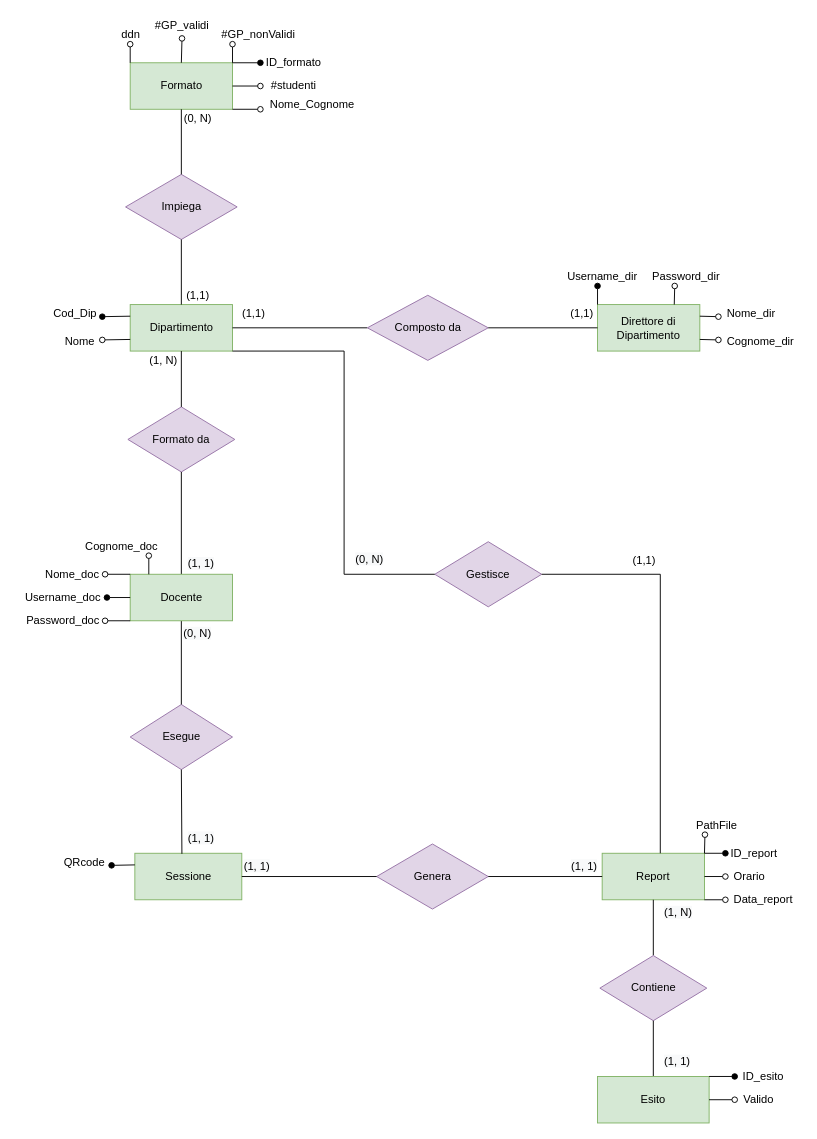
Alberto-00/EasyPass keeps this draw.io diagram as Database/database.drawio. Above is the earlier version. Source tidied: cells renumbered, new cells numbered last; positions are measured from the earlier drawing's top-left corner, leaving out a move shared by most shapes. Both pictures are drawn from the tidied source at 93%, with x=0, y=0 at pixel (16, 16).
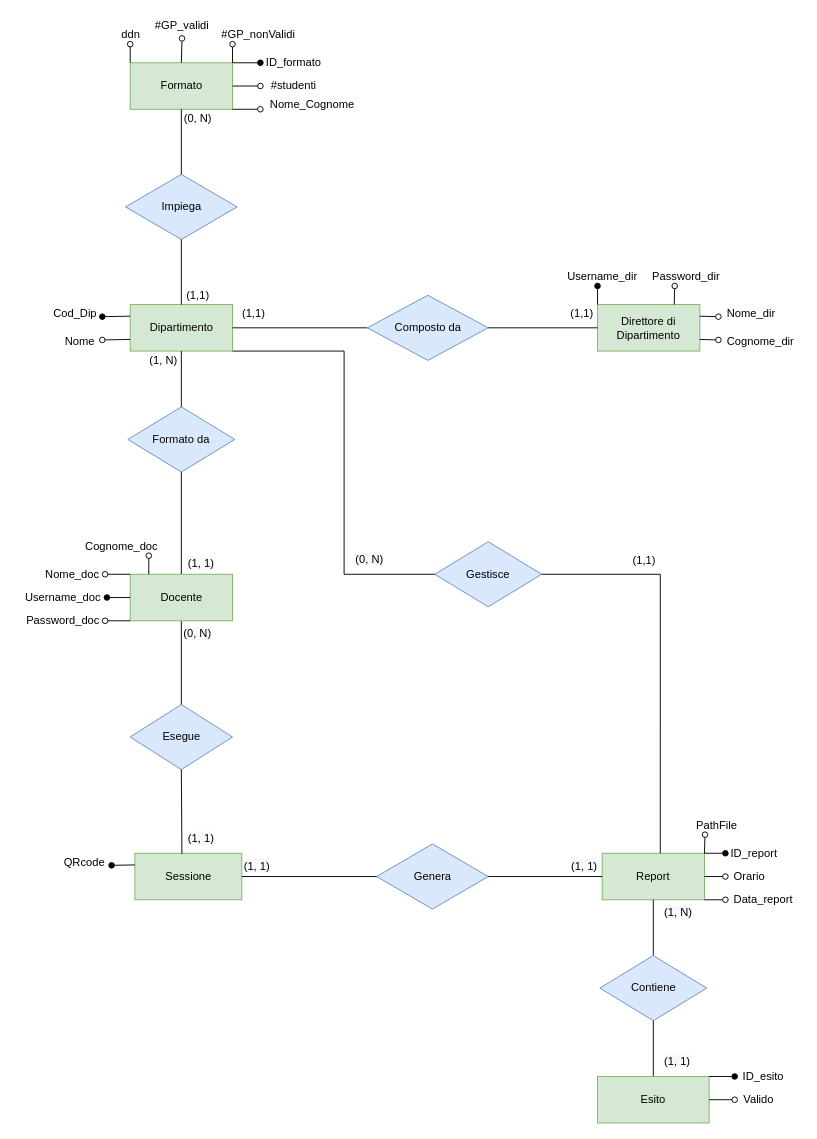
The same page after the edit.

The edit, as a diff of the source:
```diff
@@
-    <mxCell id="3" value="Formato da" style="rhombus;whiteSpace=wrap;html=1;fillColor=#e1d5e7;strokeColor=#9673a6;" parent="1" vertex="1">
+    <mxCell id="3" value="Formato da" style="rhombus;whiteSpace=wrap;html=1;fillColor=#dae8fc;strokeColor=#6c8ebf;" parent="1" vertex="1">
       <mxGeometry x="120" y="420" width="115" height="70" as="geometry" />
     </mxCell>
@@
-    <mxCell id="6" value="Impiega" style="rhombus;whiteSpace=wrap;html=1;fillColor=#e1d5e7;strokeColor=#9673a6;" parent="1" vertex="1">
+    <mxCell id="6" value="Impiega" style="rhombus;whiteSpace=wrap;html=1;fillColor=#dae8fc;strokeColor=#6c8ebf;" parent="1" vertex="1">
       <mxGeometry x="117.5" y="170" width="120" height="70" as="geometry" />
     </mxCell>
@@
-    <mxCell id="11" value="Esegue" style="rhombus;whiteSpace=wrap;html=1;fillColor=#e1d5e7;strokeColor=#9673a6;" parent="1" vertex="1">
+    <mxCell id="11" value="Esegue" style="rhombus;whiteSpace=wrap;html=1;fillColor=#dae8fc;strokeColor=#6c8ebf;" parent="1" vertex="1">
       <mxGeometry x="122.5" y="740" width="110" height="70" as="geometry" />
     </mxCell>
@@
-    <mxCell id="14" value="Genera" style="rhombus;whiteSpace=wrap;html=1;fillColor=#e1d5e7;strokeColor=#9673a6;" parent="1" vertex="1">
+    <mxCell id="14" value="Genera" style="rhombus;whiteSpace=wrap;html=1;fillColor=#dae8fc;strokeColor=#6c8ebf;" parent="1" vertex="1">
       <mxGeometry x="387.5" y="890" width="120" height="70" as="geometry" />
     </mxCell>
@@
-    <mxCell id="18" value="Contiene" style="rhombus;whiteSpace=wrap;html=1;fillColor=#e1d5e7;strokeColor=#9673a6;" parent="1" vertex="1">
+    <mxCell id="18" value="Contiene" style="rhombus;whiteSpace=wrap;html=1;fillColor=#dae8fc;strokeColor=#6c8ebf;" parent="1" vertex="1">
       <mxGeometry x="627.5" y="1010" width="115" height="70" as="geometry" />
     </mxCell>
@@
-    <mxCell id="21" value="Gestisce" style="rhombus;whiteSpace=wrap;html=1;fillColor=#e1d5e7;strokeColor=#9673a6;" parent="1" vertex="1">
+    <mxCell id="21" value="Gestisce" style="rhombus;whiteSpace=wrap;html=1;fillColor=#dae8fc;strokeColor=#6c8ebf;" parent="1" vertex="1">
       <mxGeometry x="450" y="565" width="115" height="70" as="geometry" />
     </mxCell>
@@
-    <mxCell id="87" value="Composto da" style="rhombus;whiteSpace=wrap;html=1;fillColor=#e1d5e7;strokeColor=#9673a6;" parent="1" vertex="1">
+    <mxCell id="87" value="Composto da" style="rhombus;whiteSpace=wrap;html=1;fillColor=#dae8fc;strokeColor=#6c8ebf;" parent="1" vertex="1">
       <mxGeometry x="377.5" y="300" width="130" height="70" as="geometry" />
     </mxCell>
```
